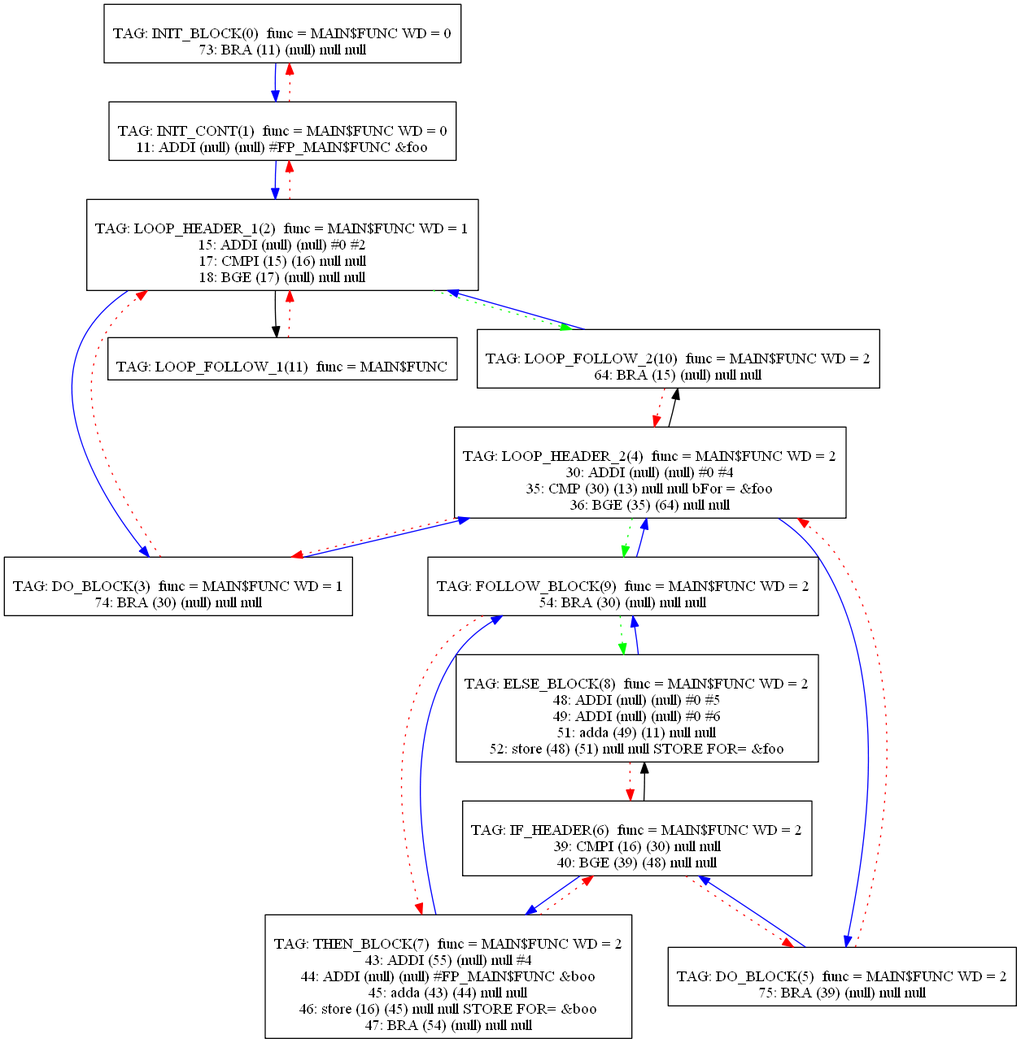
Above: Compiler/27graph.png in mbajaj92/Project-Astoria (Graphviz), before the change. Its source is kept beside it as Compiler/27graph.dot.
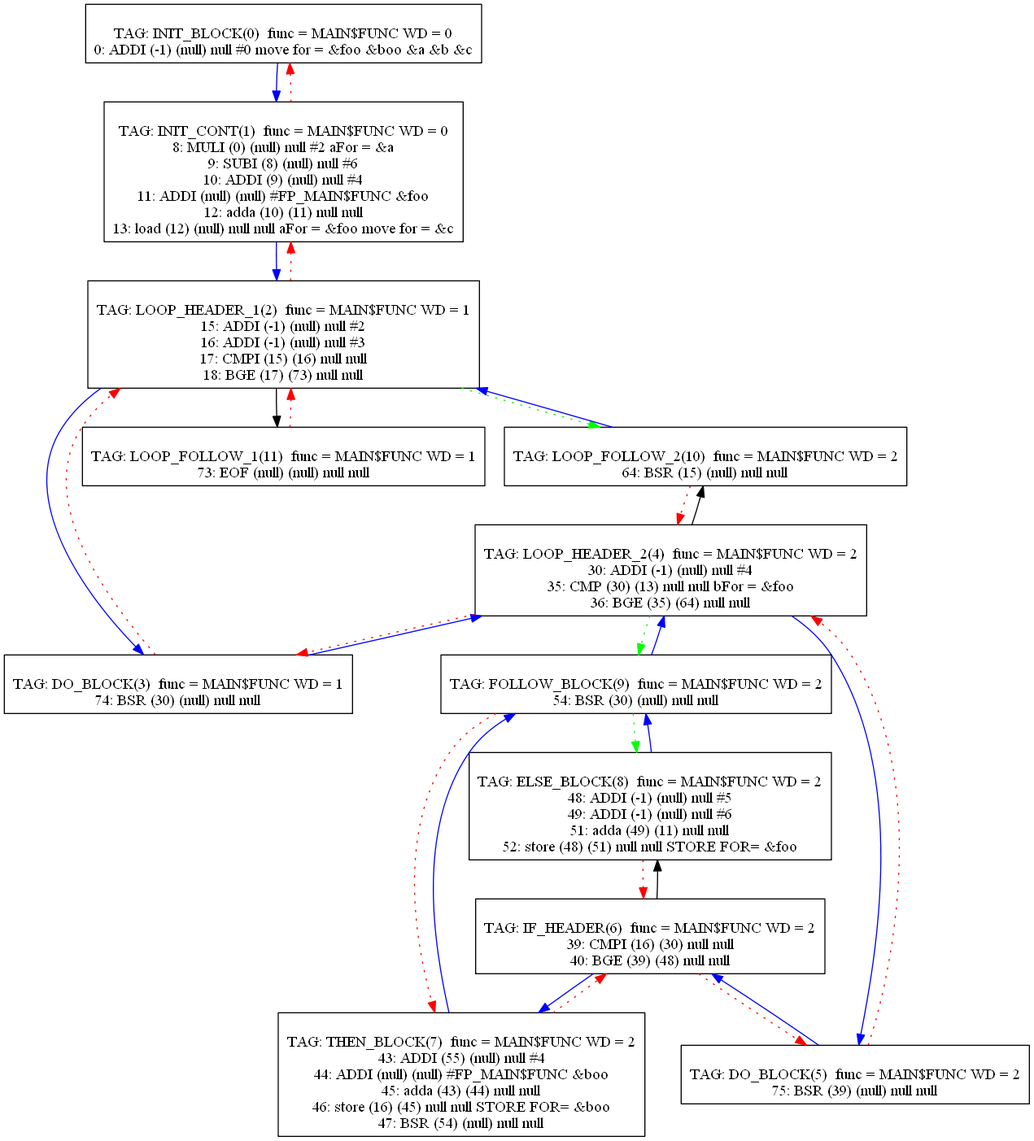
After the change.

Change to the diagram source:
```diff
@@ -1,22 +1,28 @@
 digraph {
 0[label="
 TAG: INIT_BLOCK(0)  func = MAIN$FUNC WD = 0
-73: BRA (11) (null) null null
+0: ADDI (-1) (null) null #0 move for = &foo &boo &a &b &c
 "];
 0[shape=box];
 0 -> 1[color=blue]
 1[label="
 TAG: INIT_CONT(1)  func = MAIN$FUNC WD = 0
+8: MULI (0) (null) null #2 aFor = &a
+9: SUBI (8) (null) null #6
+10: ADDI (9) (null) null #4
 11: ADDI (null) (null) #FP_MAIN$FUNC &foo
+12: adda (10) (11) null null
+13: load (12) (null) null null aFor = &foo move for = &c
 "];
 1[shape=box];
 1 -> 2[color=blue]
 1 -> 0[color=red][style=dotted]
 2[label="
 TAG: LOOP_HEADER_1(2)  func = MAIN$FUNC WD = 1
-15: ADDI (null) (null) #0 #2
+15: ADDI (-1) (null) null #2
+16: ADDI (-1) (null) null #3
 17: CMPI (15) (16) null null
-18: BGE (17) (null) null null
+18: BGE (17) (73) null null
 "];
 2[shape=box];
 2 -> 3[color=blue]
@@ -25,14 +31,14 @@
 2 -> 10[color=green][style=dotted]
 3[label="
 TAG: DO_BLOCK(3)  func = MAIN$FUNC WD = 1
-74: BRA (30) (null) null null
+74: BSR (30) (null) null null
 "];
 3[shape=box];
 3 -> 4[color=blue]
 3 -> 2[color=red][style=dotted]
 4[label="
 TAG: LOOP_HEADER_2(4)  func = MAIN$FUNC WD = 2
-30: ADDI (null) (null) #0 #4
+30: ADDI (-1) (null) null #4
 35: CMP (30) (13) null null bFor = &foo
 36: BGE (35) (64) null null
 "];
@@ -43,7 +49,7 @@
 4 -> 9[color=green][style=dotted]
 5[label="
 TAG: DO_BLOCK(5)  func = MAIN$FUNC WD = 2
-75: BRA (39) (null) null null
+75: BSR (39) (null) null null
 "];
 5[shape=box];
 5 -> 6[color=blue]
@@ -63,15 +69,15 @@
 44: ADDI (null) (null) #FP_MAIN$FUNC &boo
 45: adda (43) (44) null null
 46: store (16) (45) null null STORE FOR= &boo
-47: BRA (54) (null) null null
+47: BSR (54) (null) null null
 "];
 7[shape=box];
 7 -> 9[color=blue]
 7 -> 6[color=red][style=dotted]
 8[label="
 TAG: ELSE_BLOCK(8)  func = MAIN$FUNC WD = 2
-48: ADDI (null) (null) #0 #5
-49: ADDI (null) (null) #0 #6
+48: ADDI (-1) (null) null #5
+49: ADDI (-1) (null) null #6
 51: adda (49) (11) null null
 52: store (48) (51) null null STORE FOR= &foo
 "];
@@ -80,7 +86,7 @@
 8 -> 6[color=red][style=dotted]
 9[label="
 TAG: FOLLOW_BLOCK(9)  func = MAIN$FUNC WD = 2
-54: BRA (30) (null) null null
+54: BSR (30) (null) null null
 "];
 9[shape=box];
 9 -> 4[color=blue]
@@ -88,13 +94,14 @@
 9 -> 8[color=green][style=dotted]
 10[label="
 TAG: LOOP_FOLLOW_2(10)  func = MAIN$FUNC WD = 2
-64: BRA (15) (null) null null
+64: BSR (15) (null) null null
 "];
 10[shape=box];
 10 -> 2[color=blue]
 10 -> 4[color=red][style=dotted]
 11[label="
-TAG: LOOP_FOLLOW_1(11)  func = MAIN$FUNC
+TAG: LOOP_FOLLOW_1(11)  func = MAIN$FUNC WD = 1
+73: EOF (null) (null) null null
 "];
 11[shape=box];
 11 -> 2[color=red][style=dotted]
```
